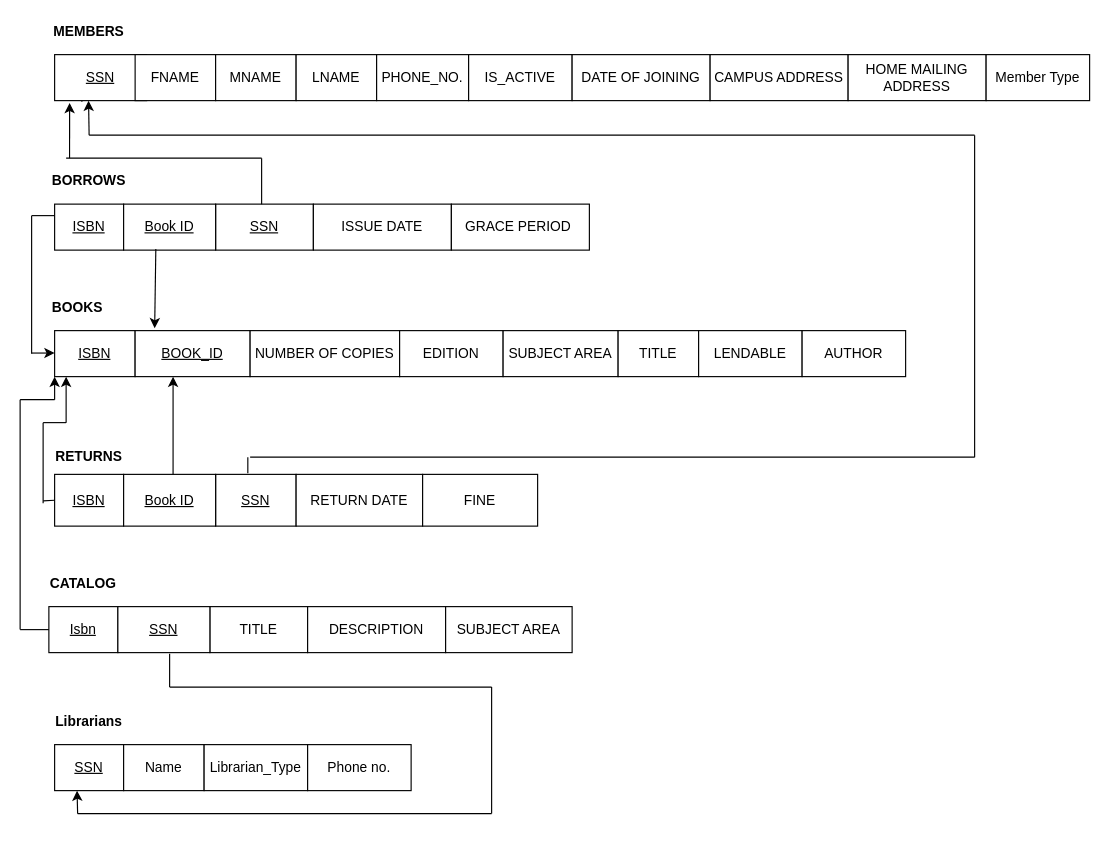
aditpatil10/Library-Management-System keeps this draw.io diagram as Relational Schema.drawio. Above is the earlier version. Source tidied: cells renumbered, new cells numbered last; positions are measured from the earlier drawing's top-left corner, leaving out a move shared by most shapes. Both pictures are drawn from the tidied source at 115%, with x=0, y=0 at pixel (20, 20).
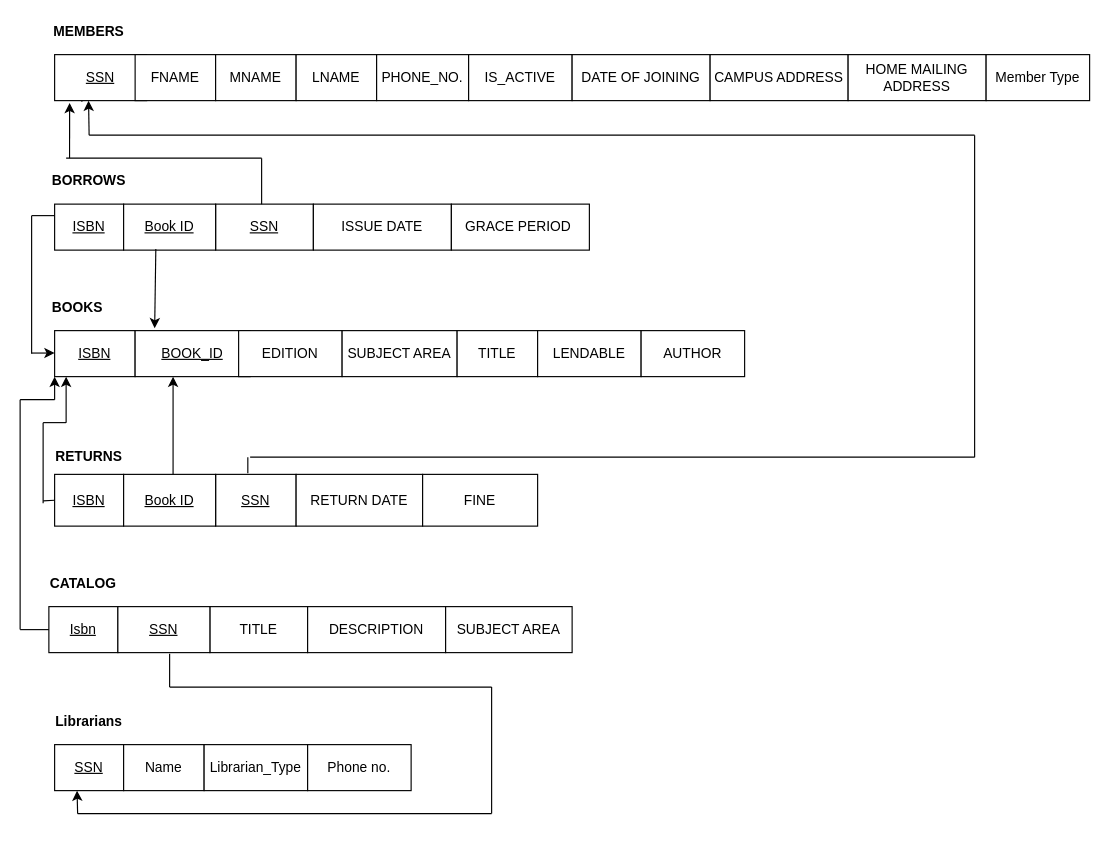
Above is the later version.

Diff of the diagram source:
```diff
@@
-    <mxCell id="15" value="NUMBER OF COPIES" style="rounded=0;whiteSpace=wrap;html=1;" parent="1" vertex="1">
-      <mxGeometry x="200" y="270" width="130" height="40" as="geometry" />
-    </mxCell>
     <mxCell id="16" value="EDITION" style="rounded=0;whiteSpace=wrap;html=1;" parent="1" vertex="1">
-      <mxGeometry x="330" y="270" width="90" height="40" as="geometry" />
+      <mxGeometry x="190" y="270" width="90" height="40" as="geometry" />
     </mxCell>
     <mxCell id="17" value="SUBJECT AREA" style="rounded=0;whiteSpace=wrap;html=1;" parent="1" vertex="1">
-      <mxGeometry x="420" y="270" width="100" height="40" as="geometry" />
+      <mxGeometry x="280" y="270" width="100" height="40" as="geometry" />
     </mxCell>
     <mxCell id="18" value="TITLE" style="rounded=0;whiteSpace=wrap;html=1;" parent="1" vertex="1">
-      <mxGeometry x="520" y="270" width="70" height="40" as="geometry" />
+      <mxGeometry x="380" y="270" width="70" height="40" as="geometry" />
     </mxCell>
     <mxCell id="19" value="LENDABLE" style="rounded=0;whiteSpace=wrap;html=1;" parent="1" vertex="1">
-      <mxGeometry x="590" y="270" width="90" height="40" as="geometry" />
+      <mxGeometry x="450" y="270" width="90" height="40" as="geometry" />
     </mxCell>
     <mxCell id="20" value="AUTHOR" style="rounded=0;whiteSpace=wrap;html=1;" parent="1" vertex="1">
-      <mxGeometry x="680" y="270" width="90" height="40" as="geometry" />
+      <mxGeometry x="540" y="270" width="90" height="40" as="geometry" />
     </mxCell>
```
